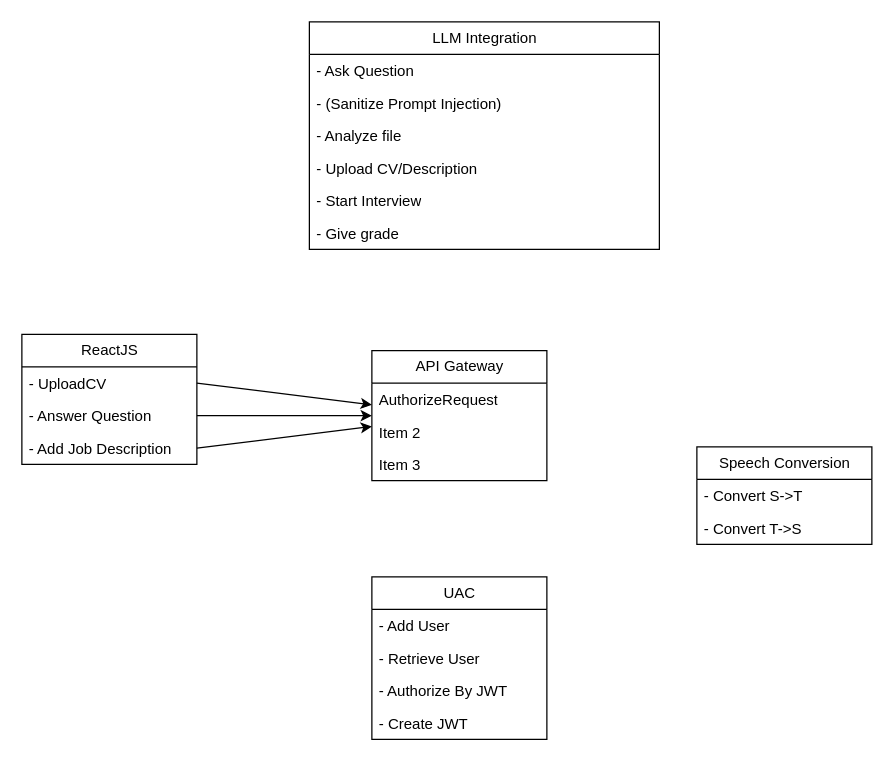
Above: page "Service Diagram" (3 of 7) of licenta.drawio in Sory-Noroc/Smart-Interview-Coach (draw.io), before the change. Source tidied: cells renumbered, new cells numbered last; positions are measured from the earlier drawing's top-left corner, leaving out a move shared by most shapes. Both pictures are drawn from the tidied source at 125%, with x=0, y=0 at pixel (21, 21).
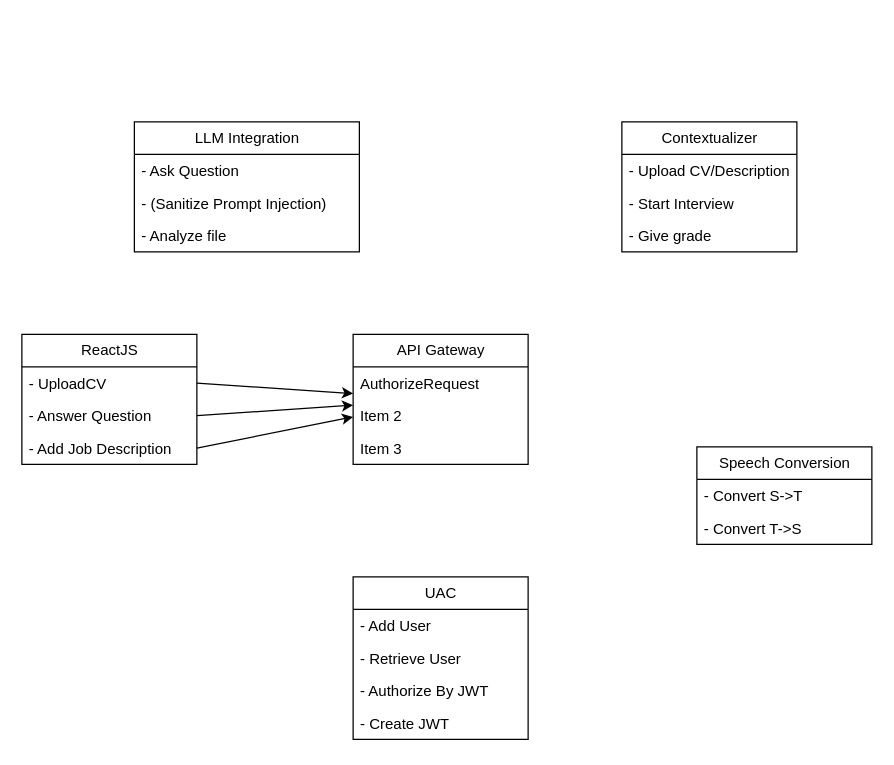
Above is the later version.

Change to the diagram source:
```diff
@@
     <mxCell id="6" value="API Gateway" style="swimlane;fontStyle=0;horizontal=1;startSize=26;fillColor=none;html=1;" parent="1" vertex="1">
-      <mxGeometry x="280" y="263" width="140" height="104" as="geometry" />
+      <mxGeometry x="265" y="250" width="140" height="104" as="geometry" />
     </mxCell>
@@
     <mxCell id="10" value="LLM Integration" style="swimlane;fontStyle=0;horizontal=1;startSize=26;fillColor=none;html=1;" parent="1" vertex="1">
-      <mxGeometry x="230" width="280" height="182" as="geometry" />
+      <mxGeometry x="90" y="80" width="180" height="104" as="geometry" />
     </mxCell>
     <mxCell id="11" value="- Ask Question" style="text;strokeColor=none;fillColor=none;align=left;verticalAlign=top;spacingLeft=4;spacingRight=4;overflow=hidden;whiteSpace=wrap;html=1;" parent="10" vertex="1">
-      <mxGeometry y="26" width="280" height="26" as="geometry" />
+      <mxGeometry y="26" width="180" height="26" as="geometry" />
     </mxCell>
     <mxCell id="12" value="- (Sanitize Prompt Injection)" style="text;strokeColor=none;fillColor=none;align=left;verticalAlign=top;spacingLeft=4;spacingRight=4;overflow=hidden;whiteSpace=wrap;html=1;" parent="10" vertex="1">
-      <mxGeometry y="52" width="280" height="26" as="geometry" />
+      <mxGeometry y="52" width="180" height="26" as="geometry" />
     </mxCell>
     <mxCell id="13" value="- Analyze file" style="text;strokeColor=none;fillColor=none;align=left;verticalAlign=top;spacingLeft=4;spacingRight=4;overflow=hidden;whiteSpace=wrap;html=1;" parent="10" vertex="1">
-      <mxGeometry y="78" width="280" height="26" as="geometry" />
+      <mxGeometry y="78" width="180" height="26" as="geometry" />
     </mxCell>
+    <mxCell id="28" value="Contextualizer" style="swimlane;fontStyle=0;horizontal=1;startSize=26;fillColor=none;html=1;" parent="1" vertex="1">
+      <mxGeometry x="480" y="80" width="140" height="104" as="geometry" />
+    </mxCell>
-    <mxCell id="14" value="- Upload CV/Description" style="text;strokeColor=none;fillColor=none;align=left;verticalAlign=top;spacingLeft=4;spacingRight=4;overflow=hidden;whiteSpace=wrap;html=1;" parent="10" vertex="1">
-      <mxGeometry y="104" width="280" height="26" as="geometry" />
+    <mxCell id="14" value="- Upload CV/Description" style="text;strokeColor=none;fillColor=none;align=left;verticalAlign=top;spacingLeft=4;spacingRight=4;overflow=hidden;whiteSpace=wrap;html=1;" parent="28" vertex="1">
+      <mxGeometry y="26" width="140" height="26" as="geometry" />
     </mxCell>
-    <mxCell id="15" value="- Start Interview" style="text;strokeColor=none;fillColor=none;align=left;verticalAlign=top;spacingLeft=4;spacingRight=4;overflow=hidden;whiteSpace=wrap;html=1;" parent="10" vertex="1">
-      <mxGeometry y="130" width="280" height="26" as="geometry" />
+    <mxCell id="15" value="- Start Interview" style="text;strokeColor=none;fillColor=none;align=left;verticalAlign=top;spacingLeft=4;spacingRight=4;overflow=hidden;whiteSpace=wrap;html=1;" parent="28" vertex="1">
+      <mxGeometry y="52" width="140" height="26" as="geometry" />
     </mxCell>
-    <mxCell id="16" value="- Give grade" style="text;strokeColor=none;fillColor=none;align=left;verticalAlign=top;spacingLeft=4;spacingRight=4;overflow=hidden;whiteSpace=wrap;html=1;" parent="10" vertex="1">
-      <mxGeometry y="156" width="280" height="26" as="geometry" />
+    <mxCell id="16" value="- Give grade" style="text;strokeColor=none;fillColor=none;align=left;verticalAlign=top;spacingLeft=4;spacingRight=4;overflow=hidden;whiteSpace=wrap;html=1;" parent="28" vertex="1">
+      <mxGeometry y="78" width="140" height="26" as="geometry" />
     </mxCell>
@@
     <mxCell id="20" value="UAC" style="swimlane;fontStyle=0;horizontal=1;startSize=26;fillColor=none;html=1;" parent="1" vertex="1">
-      <mxGeometry x="280" y="444" width="140" height="130" as="geometry" />
+      <mxGeometry x="265" y="444" width="140" height="130" as="geometry" />
     </mxCell>
```
